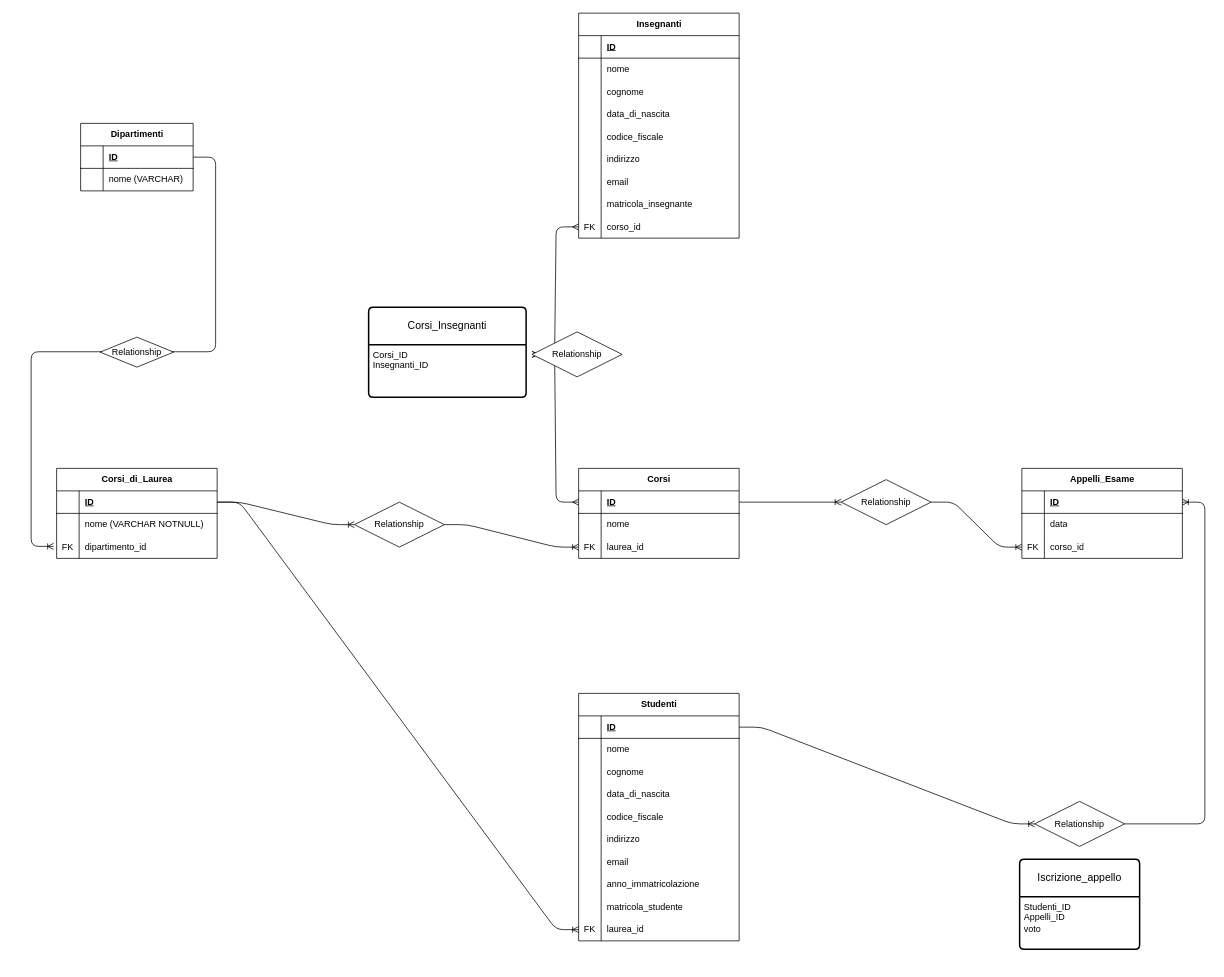
This is diagram.drawio from diegotosato/db-university, a draw.io file, before an edit. Source tidied: cells renumbered, new cells numbered last; positions are measured from the earlier drawing's top-left corner, leaving out a move shared by most shapes. Both pictures are drawn from the tidied source at 75%, with x=0, y=0 at pixel (-28, 13).
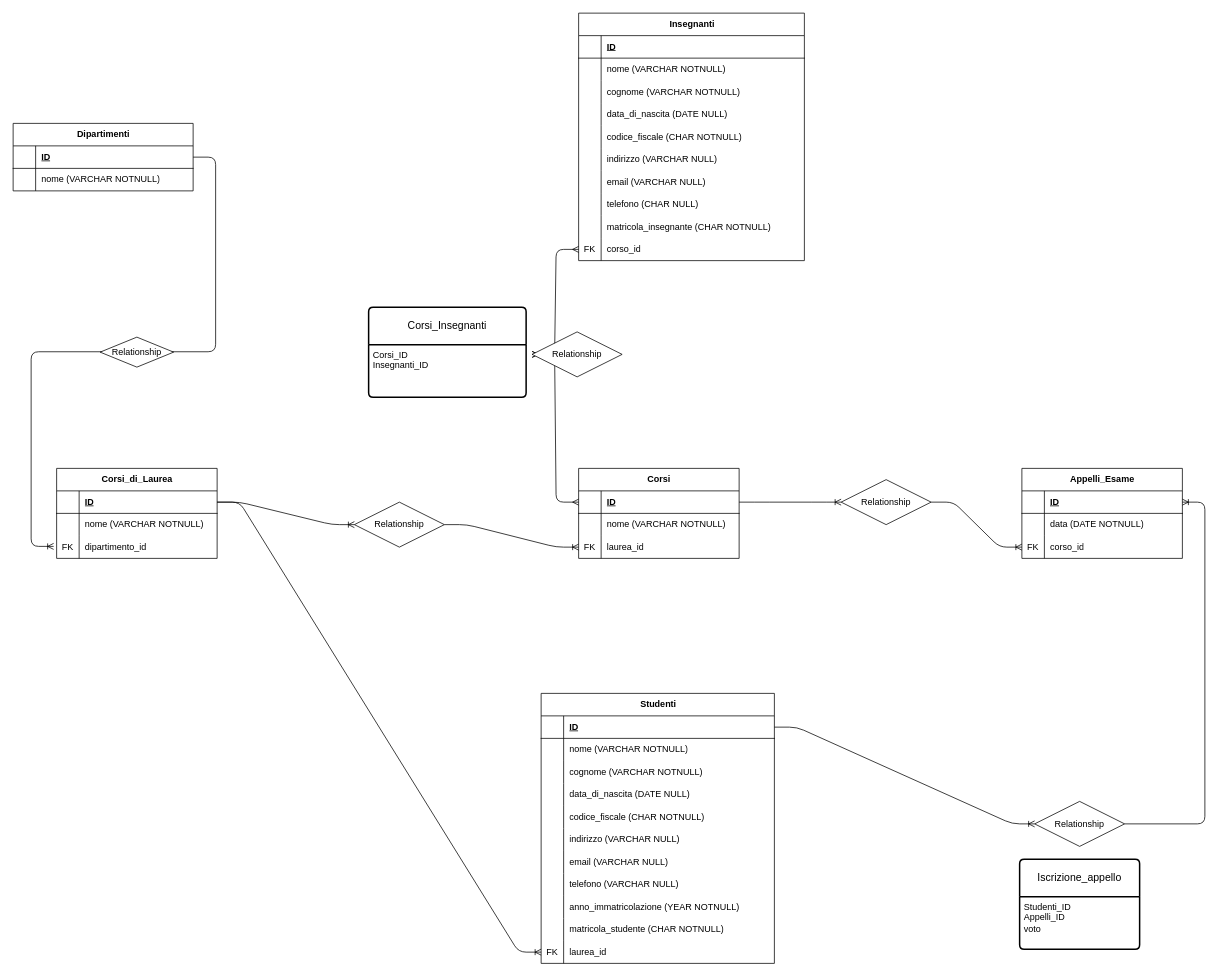
After the change.

Commit message (it also covers changes not shown here):
Implement feature X to enhance user experience and optimize performance

Unchanged cells that the change refers to:
```xml
<mxCell id="23" style="shape=tableRow;horizontal=0;startSize=0;swimlaneHead=0;swimlaneBody=0;fillColor=none;top=0;left=0;right=0;bottom=0;" parent="19" vertex="1">
  <mxGeometry y="60" width="214" height="30" as="geometry" />
</mxCell>
<mxCell id="64" style="shape=tableRow;horizontal=0;startSize=0;swimlaneHead=0;swimlaneBody=0;fillColor=none;top=0;left=0;right=0;bottom=0;" parent="60" vertex="1">
  <mxGeometry y="60" width="214" height="30" as="geometry" />
</mxCell>
```

Change to the diagram source:
```diff
@@
     <mxCell id="2" value="Dipartimenti" style="shape=table;startSize=30;childLayout=tableLayout;rowLines=0;fontStyle=1;align=center;html=1;" parent="1" vertex="1">
-      <mxGeometry x="145" y="147" width="150" height="90" as="geometry" />
+      <mxGeometry x="55" y="147" width="240" height="90" as="geometry" />
     </mxCell>
     <mxCell id="3" style="shape=tableRow;horizontal=0;startSize=0;swimlaneHead=0;swimlaneBody=0;fillColor=none;points=[[0,0.5],[1,0.5]];portConstraint=eastwest;top=0;left=0;right=0;bottom=1;" parent="2" vertex="1">
-      <mxGeometry y="30" width="150" height="30" as="geometry" />
+      <mxGeometry y="30" width="240" height="30" as="geometry" />
     </mxCell>
@@
     <mxCell id="5" value="ID" style="shape=partialRectangle;fillColor=none;top=0;left=0;bottom=0;right=0;align=left;spacingLeft=6;fontStyle=5;overflow=hidden;whiteSpace=wrap;html=1;" parent="3" vertex="1">
-      <mxGeometry x="30" width="120" height="30" as="geometry" />
+      <mxGeometry x="30" width="210" height="30" as="geometry" />
     </mxCell>
     <mxCell id="6" style="shape=tableRow;horizontal=0;startSize=0;swimlaneHead=0;swimlaneBody=0;fillColor=none;top=0;left=0;right=0;bottom=0;" parent="2" vertex="1">
-      <mxGeometry y="60" width="150" height="30" as="geometry" />
+      <mxGeometry y="60" width="240" height="30" as="geometry" />
     </mxCell>
@@
-    <mxCell id="8" value="nome (VARCHAR)" style="shape=partialRectangle;fillColor=none;top=0;left=0;bottom=0;right=0;align=left;spacingLeft=6;overflow=hidden;whiteSpace=wrap;html=1;" parent="6" vertex="1">
-      <mxGeometry x="30" width="120" height="30" as="geometry" />
+    <mxCell id="8" value="nome (VARCHAR NOTNULL)" style="shape=partialRectangle;fillColor=none;top=0;left=0;bottom=0;right=0;align=left;spacingLeft=6;overflow=hidden;whiteSpace=wrap;html=1;" parent="6" vertex="1">
+      <mxGeometry x="30" width="210" height="30" as="geometry" />
     </mxCell>
@@
-    <mxCell id="25" value="nome" style="shape=partialRectangle;fillColor=none;top=0;left=0;bottom=0;right=0;align=left;spacingLeft=6;overflow=hidden;whiteSpace=wrap;html=1;" parent="23" vertex="1">
+    <mxCell id="25" value="nome (VARCHAR NOTNULL)" style="shape=partialRectangle;fillColor=none;top=0;left=0;bottom=0;right=0;align=left;spacingLeft=6;overflow=hidden;whiteSpace=wrap;html=1;" parent="23" vertex="1">
       <mxGeometry x="30" width="184" height="30" as="geometry" />
     </mxCell>
@@
     <mxCell id="29" value="Insegnanti" style="shape=table;startSize=30;childLayout=tableLayout;rowLines=0;fontStyle=1;align=center;html=1;" parent="1" vertex="1">
-      <mxGeometry x="809" width="214" height="300" as="geometry" />
+      <mxGeometry x="809" width="301" height="330" as="geometry" />
     </mxCell>
     <mxCell id="30" style="shape=tableRow;horizontal=0;startSize=0;swimlaneHead=0;swimlaneBody=0;fillColor=none;top=0;left=0;right=0;bottom=1;" parent="29" vertex="1">
-      <mxGeometry y="30" width="214" height="30" as="geometry" />
+      <mxGeometry y="30" width="301" height="30" as="geometry" />
     </mxCell>
@@
     <mxCell id="32" value="ID" style="shape=partialRectangle;fillColor=none;top=0;left=0;bottom=0;right=0;align=left;spacingLeft=6;fontStyle=5;overflow=hidden;whiteSpace=wrap;html=1;" parent="30" vertex="1">
-      <mxGeometry x="30" width="184" height="30" as="geometry" />
+      <mxGeometry x="30" width="271" height="30" as="geometry" />
     </mxCell>
     <mxCell id="33" style="shape=tableRow;horizontal=0;startSize=0;swimlaneHead=0;swimlaneBody=0;fillColor=none;top=0;left=0;right=0;bottom=0;" parent="29" vertex="1">
-      <mxGeometry y="60" width="214" height="30" as="geometry" />
+      <mxGeometry y="60" width="301" height="30" as="geometry" />
     </mxCell>
@@
-    <mxCell id="35" value="nome" style="shape=partialRectangle;fillColor=none;top=0;left=0;bottom=0;right=0;align=left;spacingLeft=6;overflow=hidden;whiteSpace=wrap;html=1;" parent="33" vertex="1">
-      <mxGeometry x="30" width="184" height="30" as="geometry" />
+    <mxCell id="35" value="nome (VARCHAR NOTNULL)" style="shape=partialRectangle;fillColor=none;top=0;left=0;bottom=0;right=0;align=left;spacingLeft=6;overflow=hidden;whiteSpace=wrap;html=1;" parent="33" vertex="1">
+      <mxGeometry x="30" width="271" height="30" as="geometry" />
     </mxCell>
     <mxCell id="36" style="shape=tableRow;horizontal=0;startSize=0;swimlaneHead=0;swimlaneBody=0;fillColor=none;top=0;left=0;right=0;bottom=0;" parent="29" vertex="1">
-      <mxGeometry y="90" width="214" height="30" as="geometry" />
+      <mxGeometry y="90" width="301" height="30" as="geometry" />
     </mxCell>
@@
-    <mxCell id="38" value="cognome" style="shape=partialRectangle;fillColor=none;top=0;left=0;bottom=0;right=0;align=left;spacingLeft=6;overflow=hidden;whiteSpace=wrap;html=1;" parent="36" vertex="1">
-      <mxGeometry x="30" width="184" height="30" as="geometry" />
+    <mxCell id="38" value="cognome (VARCHAR NOTNULL)" style="shape=partialRectangle;fillColor=none;top=0;left=0;bottom=0;right=0;align=left;spacingLeft=6;overflow=hidden;whiteSpace=wrap;html=1;" parent="36" vertex="1">
+      <mxGeometry x="30" width="271" height="30" as="geometry" />
     </mxCell>
     <mxCell id="39" style="shape=tableRow;horizontal=0;startSize=0;swimlaneHead=0;swimlaneBody=0;fillColor=none;top=0;left=0;right=0;bottom=0;" parent="29" vertex="1">
-      <mxGeometry y="120" width="214" height="30" as="geometry" />
+      <mxGeometry y="120" width="301" height="30" as="geometry" />
     </mxCell>
@@
-    <mxCell id="41" value="data_di_nascita" style="shape=partialRectangle;fillColor=none;top=0;left=0;bottom=0;right=0;align=left;spacingLeft=6;overflow=hidden;whiteSpace=wrap;html=1;" parent="39" vertex="1">
-      <mxGeometry x="30" width="184" height="30" as="geometry" />
+    <mxCell id="41" value="data_di_nascita (DATE NULL)" style="shape=partialRectangle;fillColor=none;top=0;left=0;bottom=0;right=0;align=left;spacingLeft=6;overflow=hidden;whiteSpace=wrap;html=1;" parent="39" vertex="1">
+      <mxGeometry x="30" width="271" height="30" as="geometry" />
     </mxCell>
     <mxCell id="42" style="shape=tableRow;horizontal=0;startSize=0;swimlaneHead=0;swimlaneBody=0;fillColor=none;top=0;left=0;right=0;bottom=0;" parent="29" vertex="1">
-      <mxGeometry y="150" width="214" height="30" as="geometry" />
+      <mxGeometry y="150" width="301" height="30" as="geometry" />
     </mxCell>
@@
-    <mxCell id="44" value="codice_fiscale" style="shape=partialRectangle;fillColor=none;top=0;left=0;bottom=0;right=0;align=left;spacingLeft=6;overflow=hidden;whiteSpace=wrap;html=1;" parent="42" vertex="1">
-      <mxGeometry x="30" width="184" height="30" as="geometry" />
+    <mxCell id="44" value="codice_fiscale (CHAR NOTNULL)" style="shape=partialRectangle;fillColor=none;top=0;left=0;bottom=0;right=0;align=left;spacingLeft=6;overflow=hidden;whiteSpace=wrap;html=1;" parent="42" vertex="1">
+      <mxGeometry x="30" width="271" height="30" as="geometry" />
     </mxCell>
     <mxCell id="45" style="shape=tableRow;horizontal=0;startSize=0;swimlaneHead=0;swimlaneBody=0;fillColor=none;top=0;left=0;right=0;bottom=0;" parent="29" vertex="1">
-      <mxGeometry y="180" width="214" height="30" as="geometry" />
+      <mxGeometry y="180" width="301" height="30" as="geometry" />
     </mxCell>
@@
-    <mxCell id="47" value="indirizzo" style="shape=partialRectangle;fillColor=none;top=0;left=0;bottom=0;right=0;align=left;spacingLeft=6;overflow=hidden;whiteSpace=wrap;html=1;" parent="45" vertex="1">
-      <mxGeometry x="30" width="184" height="30" as="geometry" />
+    <mxCell id="47" value="indirizzo (VARCHAR NULL)" style="shape=partialRectangle;fillColor=none;top=0;left=0;bottom=0;right=0;align=left;spacingLeft=6;overflow=hidden;whiteSpace=wrap;html=1;" parent="45" vertex="1">
+      <mxGeometry x="30" width="271" height="30" as="geometry" />
     </mxCell>
     <mxCell id="48" style="shape=tableRow;horizontal=0;startSize=0;swimlaneHead=0;swimlaneBody=0;fillColor=none;top=0;left=0;right=0;bottom=0;" parent="29" vertex="1">
-      <mxGeometry y="210" width="214" height="30" as="geometry" />
+      <mxGeometry y="210" width="301" height="30" as="geometry" />
     </mxCell>
@@
-    <mxCell id="50" value="email" style="shape=partialRectangle;fillColor=none;top=0;left=0;bottom=0;right=0;align=left;spacingLeft=6;overflow=hidden;whiteSpace=wrap;html=1;" parent="48" vertex="1">
-      <mxGeometry x="30" width="184" height="30" as="geometry" />
+    <mxCell id="50" value="email (VARCHAR NULL)" style="shape=partialRectangle;fillColor=none;top=0;left=0;bottom=0;right=0;align=left;spacingLeft=6;overflow=hidden;whiteSpace=wrap;html=1;" parent="48" vertex="1">
+      <mxGeometry x="30" width="271" height="30" as="geometry" />
     </mxCell>
+    <mxCell id="117" style="shape=tableRow;horizontal=0;startSize=0;swimlaneHead=0;swimlaneBody=0;fillColor=none;top=0;left=0;right=0;bottom=0;" parent="29" vertex="1">
+      <mxGeometry y="240" width="301" height="30" as="geometry" />
+    </mxCell>
+    <mxCell id="118" style="shape=partialRectangle;fillColor=none;top=0;left=0;bottom=0;right=0;overflow=hidden;whiteSpace=wrap;html=1;" parent="117" vertex="1">
+      <mxGeometry width="30" height="30" as="geometry" />
+    </mxCell>
+    <mxCell id="119" value="telefono (CHAR NULL)" style="shape=partialRectangle;fillColor=none;top=0;left=0;bottom=0;right=0;align=left;spacingLeft=6;overflow=hidden;whiteSpace=wrap;html=1;" parent="117" vertex="1">
+      <mxGeometry x="30" width="271" height="30" as="geometry" />
+    </mxCell>
     <mxCell id="51" style="shape=tableRow;horizontal=0;startSize=0;swimlaneHead=0;swimlaneBody=0;fillColor=none;top=0;left=0;right=0;bottom=0;" parent="29" vertex="1">
-      <mxGeometry y="240" width="214" height="30" as="geometry" />
+      <mxGeometry y="270" width="301" height="30" as="geometry" />
     </mxCell>
@@
-    <mxCell id="53" value="matricola_insegnante" style="shape=partialRectangle;fillColor=none;top=0;left=0;bottom=0;right=0;align=left;spacingLeft=6;overflow=hidden;whiteSpace=wrap;html=1;" parent="51" vertex="1">
-      <mxGeometry x="30" width="184" height="30" as="geometry" />
+    <mxCell id="53" value="matricola_insegnante (CHAR NOTNULL)" style="shape=partialRectangle;fillColor=none;top=0;left=0;bottom=0;right=0;align=left;spacingLeft=6;overflow=hidden;whiteSpace=wrap;html=1;" parent="51" vertex="1">
+      <mxGeometry x="30" width="271" height="30" as="geometry" />
     </mxCell>
     <mxCell id="54" style="shape=tableRow;horizontal=0;startSize=0;swimlaneHead=0;swimlaneBody=0;fillColor=none;points=[[0,0.5],[1,0.5]];portConstraint=eastwest;top=0;left=0;right=0;bottom=0;" parent="29" vertex="1">
-      <mxGeometry y="270" width="214" height="30" as="geometry" />
+      <mxGeometry y="300" width="301" height="30" as="geometry" />
     </mxCell>
@@
     <mxCell id="56" value="corso_id" style="shape=partialRectangle;fillColor=none;top=0;left=0;bottom=0;right=0;align=left;spacingLeft=6;overflow=hidden;whiteSpace=wrap;html=1;" parent="54" vertex="1">
-      <mxGeometry x="30" width="184" height="30" as="geometry" />
+      <mxGeometry x="30" width="271" height="30" as="geometry" />
     </mxCell>
@@
-    <mxCell id="66" value="data" style="shape=partialRectangle;fillColor=none;top=0;left=0;bottom=0;right=0;align=left;spacingLeft=6;overflow=hidden;whiteSpace=wrap;html=1;" parent="64" vertex="1">
+    <mxCell id="66" value="data (DATE NOTNULL)" style="shape=partialRectangle;fillColor=none;top=0;left=0;bottom=0;right=0;align=left;spacingLeft=6;overflow=hidden;whiteSpace=wrap;html=1;" parent="64" vertex="1">
       <mxGeometry x="30" width="184" height="30" as="geometry" />
     </mxCell>
@@
     <mxCell id="74" value="Studenti" style="shape=table;startSize=30;childLayout=tableLayout;rowLines=0;fontStyle=1;align=center;html=1;" parent="1" vertex="1">
-      <mxGeometry x="809" y="907" width="214" height="330" as="geometry" />
+      <mxGeometry x="759" y="907" width="311" height="360" as="geometry" />
     </mxCell>
     <mxCell id="75" style="shape=tableRow;horizontal=0;startSize=0;swimlaneHead=0;swimlaneBody=0;fillColor=none;points=[[0,0.5],[1,0.5]];portConstraint=eastwest;top=0;left=0;right=0;bottom=1;" parent="74" vertex="1">
-      <mxGeometry y="30" width="214" height="30" as="geometry" />
+      <mxGeometry y="30" width="311" height="30" as="geometry" />
     </mxCell>
@@
     <mxCell id="77" value="ID" style="shape=partialRectangle;fillColor=none;top=0;left=0;bottom=0;right=0;align=left;spacingLeft=6;fontStyle=5;overflow=hidden;whiteSpace=wrap;html=1;" parent="75" vertex="1">
-      <mxGeometry x="30" width="184" height="30" as="geometry" />
+      <mxGeometry x="30" width="281" height="30" as="geometry" />
     </mxCell>
     <mxCell id="78" style="shape=tableRow;horizontal=0;startSize=0;swimlaneHead=0;swimlaneBody=0;fillColor=none;top=0;left=0;right=0;bottom=0;" parent="74" vertex="1">
-      <mxGeometry y="60" width="214" height="30" as="geometry" />
+      <mxGeometry y="60" width="311" height="30" as="geometry" />
     </mxCell>
@@
-    <mxCell id="80" value="nome" style="shape=partialRectangle;fillColor=none;top=0;left=0;bottom=0;right=0;align=left;spacingLeft=6;overflow=hidden;whiteSpace=wrap;html=1;" parent="78" vertex="1">
-      <mxGeometry x="30" width="184" height="30" as="geometry" />
+    <mxCell id="80" value="nome (VARCHAR NOTNULL)" style="shape=partialRectangle;fillColor=none;top=0;left=0;bottom=0;right=0;align=left;spacingLeft=6;overflow=hidden;whiteSpace=wrap;html=1;" parent="78" vertex="1">
+      <mxGeometry x="30" width="281" height="30" as="geometry" />
     </mxCell>
     <mxCell id="81" style="shape=tableRow;horizontal=0;startSize=0;swimlaneHead=0;swimlaneBody=0;fillColor=none;top=0;left=0;right=0;bottom=0;" parent="74" vertex="1">
-      <mxGeometry y="90" width="214" height="30" as="geometry" />
+      <mxGeometry y="90" width="311" height="30" as="geometry" />
     </mxCell>
@@
-    <mxCell id="83" value="cognome" style="shape=partialRectangle;fillColor=none;top=0;left=0;bottom=0;right=0;align=left;spacingLeft=6;overflow=hidden;whiteSpace=wrap;html=1;" parent="81" vertex="1">
-      <mxGeometry x="30" width="184" height="30" as="geometry" />
+    <mxCell id="83" value="cognome (VARCHAR NOTNULL)" style="shape=partialRectangle;fillColor=none;top=0;left=0;bottom=0;right=0;align=left;spacingLeft=6;overflow=hidden;whiteSpace=wrap;html=1;" parent="81" vertex="1">
+      <mxGeometry x="30" width="281" height="30" as="geometry" />
     </mxCell>
     <mxCell id="84" style="shape=tableRow;horizontal=0;startSize=0;swimlaneHead=0;swimlaneBody=0;fillColor=none;top=0;left=0;right=0;bottom=0;" parent="74" vertex="1">
-      <mxGeometry y="120" width="214" height="30" as="geometry" />
+      <mxGeometry y="120" width="311" height="30" as="geometry" />
     </mxCell>
@@
-    <mxCell id="86" value="data_di_nascita" style="shape=partialRectangle;fillColor=none;top=0;left=0;bottom=0;right=0;align=left;spacingLeft=6;overflow=hidden;whiteSpace=wrap;html=1;" parent="84" vertex="1">
-      <mxGeometry x="30" width="184" height="30" as="geometry" />
+    <mxCell id="86" value="data_di_nascita (DATE NULL)" style="shape=partialRectangle;fillColor=none;top=0;left=0;bottom=0;right=0;align=left;spacingLeft=6;overflow=hidden;whiteSpace=wrap;html=1;" parent="84" vertex="1">
+      <mxGeometry x="30" width="281" height="30" as="geometry" />
     </mxCell>
     <mxCell id="87" style="shape=tableRow;horizontal=0;startSize=0;swimlaneHead=0;swimlaneBody=0;fillColor=none;top=0;left=0;right=0;bottom=0;" parent="74" vertex="1">
-      <mxGeometry y="150" width="214" height="30" as="geometry" />
+      <mxGeometry y="150" width="311" height="30" as="geometry" />
     </mxCell>
@@
-    <mxCell id="89" value="codice_fiscale" style="shape=partialRectangle;fillColor=none;top=0;left=0;bottom=0;right=0;align=left;spacingLeft=6;overflow=hidden;whiteSpace=wrap;html=1;" parent="87" vertex="1">
-      <mxGeometry x="30" width="184" height="30" as="geometry" />
+    <mxCell id="89" value="codice_fiscale (CHAR NOTNULL)" style="shape=partialRectangle;fillColor=none;top=0;left=0;bottom=0;right=0;align=left;spacingLeft=6;overflow=hidden;whiteSpace=wrap;html=1;" parent="87" vertex="1">
+      <mxGeometry x="30" width="281" height="30" as="geometry" />
     </mxCell>
     <mxCell id="90" style="shape=tableRow;horizontal=0;startSize=0;swimlaneHead=0;swimlaneBody=0;fillColor=none;top=0;left=0;right=0;bottom=0;" parent="74" vertex="1">
-      <mxGeometry y="180" width="214" height="30" as="geometry" />
+      <mxGeometry y="180" width="311" height="30" as="geometry" />
     </mxCell>
@@
-    <mxCell id="92" value="indirizzo" style="shape=partialRectangle;fillColor=none;top=0;left=0;bottom=0;right=0;align=left;spacingLeft=6;overflow=hidden;whiteSpace=wrap;html=1;" parent="90" vertex="1">
-      <mxGeometry x="30" width="184" height="30" as="geometry" />
+    <mxCell id="92" value="indirizzo (VARCHAR NULL)" style="shape=partialRectangle;fillColor=none;top=0;left=0;bottom=0;right=0;align=left;spacingLeft=6;overflow=hidden;whiteSpace=wrap;html=1;" parent="90" vertex="1">
+      <mxGeometry x="30" width="281" height="30" as="geometry" />
     </mxCell>
     <mxCell id="93" style="shape=tableRow;horizontal=0;startSize=0;swimlaneHead=0;swimlaneBody=0;fillColor=none;top=0;left=0;right=0;bottom=0;" parent="74" vertex="1">
-      <mxGeometry y="210" width="214" height="30" as="geometry" />
+      <mxGeometry y="210" width="311" height="30" as="geometry" />
     </mxCell>
@@
-    <mxCell id="95" value="email" style="shape=partialRectangle;fillColor=none;top=0;left=0;bottom=0;right=0;align=left;spacingLeft=6;overflow=hidden;whiteSpace=wrap;html=1;" parent="93" vertex="1">
-      <mxGeometry x="30" width="184" height="30" as="geometry" />
+    <mxCell id="95" value="email (VARCHAR NULL)" style="shape=partialRectangle;fillColor=none;top=0;left=0;bottom=0;right=0;align=left;spacingLeft=6;overflow=hidden;whiteSpace=wrap;html=1;" parent="93" vertex="1">
+      <mxGeometry x="30" width="281" height="30" as="geometry" />
     </mxCell>
+    <mxCell id="120" style="shape=tableRow;horizontal=0;startSize=0;swimlaneHead=0;swimlaneBody=0;fillColor=none;top=0;left=0;right=0;bottom=0;" parent="74" vertex="1">
+      <mxGeometry y="240" width="311" height="30" as="geometry" />
+    </mxCell>
+    <mxCell id="121" style="shape=partialRectangle;fillColor=none;top=0;left=0;bottom=0;right=0;overflow=hidden;whiteSpace=wrap;html=1;" parent="120" vertex="1">
+      <mxGeometry width="30" height="30" as="geometry" />
+    </mxCell>
+    <mxCell id="122" value="telefono (VARCHAR NULL)" style="shape=partialRectangle;fillColor=none;top=0;left=0;bottom=0;right=0;align=left;spacingLeft=6;overflow=hidden;whiteSpace=wrap;html=1;" parent="120" vertex="1">
+      <mxGeometry x="30" width="281" height="30" as="geometry" />
+    </mxCell>
     <mxCell id="96" style="shape=tableRow;horizontal=0;startSize=0;swimlaneHead=0;swimlaneBody=0;fillColor=none;top=0;left=0;right=0;bottom=0;" parent="74" vertex="1">
-      <mxGeometry y="240" width="214" height="30" as="geometry" />
+      <mxGeometry y="270" width="311" height="30" as="geometry" />
     </mxCell>
@@
-    <mxCell id="98" value="anno_immatricolazione" style="shape=partialRectangle;fillColor=none;top=0;left=0;bottom=0;right=0;align=left;spacingLeft=6;overflow=hidden;whiteSpace=wrap;html=1;" parent="96" vertex="1">
-      <mxGeometry x="30" width="184" height="30" as="geometry" />
+    <mxCell id="98" value="anno_immatricolazione (YEAR NOTNULL)" style="shape=partialRectangle;fillColor=none;top=0;left=0;bottom=0;right=0;align=left;spacingLeft=6;overflow=hidden;whiteSpace=wrap;html=1;" parent="96" vertex="1">
+      <mxGeometry x="30" width="281" height="30" as="geometry" />
     </mxCell>
     <mxCell id="99" style="shape=tableRow;horizontal=0;startSize=0;swimlaneHead=0;swimlaneBody=0;fillColor=none;top=0;left=0;right=0;bottom=0;" parent="74" vertex="1">
-      <mxGeometry y="270" width="214" height="30" as="geometry" />
+      <mxGeometry y="300" width="311" height="30" as="geometry" />
     </mxCell>
@@
-    <mxCell id="101" value="matricola_studente" style="shape=partialRectangle;fillColor=none;top=0;left=0;bottom=0;right=0;align=left;spacingLeft=6;overflow=hidden;whiteSpace=wrap;html=1;" parent="99" vertex="1">
-      <mxGeometry x="30" width="184" height="30" as="geometry" />
+    <mxCell id="101" value="matricola_studente (CHAR NOTNULL)" style="shape=partialRectangle;fillColor=none;top=0;left=0;bottom=0;right=0;align=left;spacingLeft=6;overflow=hidden;whiteSpace=wrap;html=1;" parent="99" vertex="1">
+      <mxGeometry x="30" width="281" height="30" as="geometry" />
     </mxCell>
     <mxCell id="102" style="shape=tableRow;horizontal=0;startSize=0;swimlaneHead=0;swimlaneBody=0;fillColor=none;points=[[0,0.5],[1,0.5]];portConstraint=eastwest;top=0;left=0;right=0;bottom=0;" parent="74" vertex="1">
-      <mxGeometry y="300" width="214" height="30" as="geometry" />
+      <mxGeometry y="330" width="311" height="30" as="geometry" />
     </mxCell>
@@
     <mxCell id="104" value="laurea_id" style="shape=partialRectangle;fillColor=none;top=0;left=0;bottom=0;right=0;align=left;spacingLeft=6;overflow=hidden;whiteSpace=wrap;html=1;" parent="102" vertex="1">
-      <mxGeometry x="30" width="184" height="30" as="geometry" />
+      <mxGeometry x="30" width="281" height="30" as="geometry" />
     </mxCell>
```
